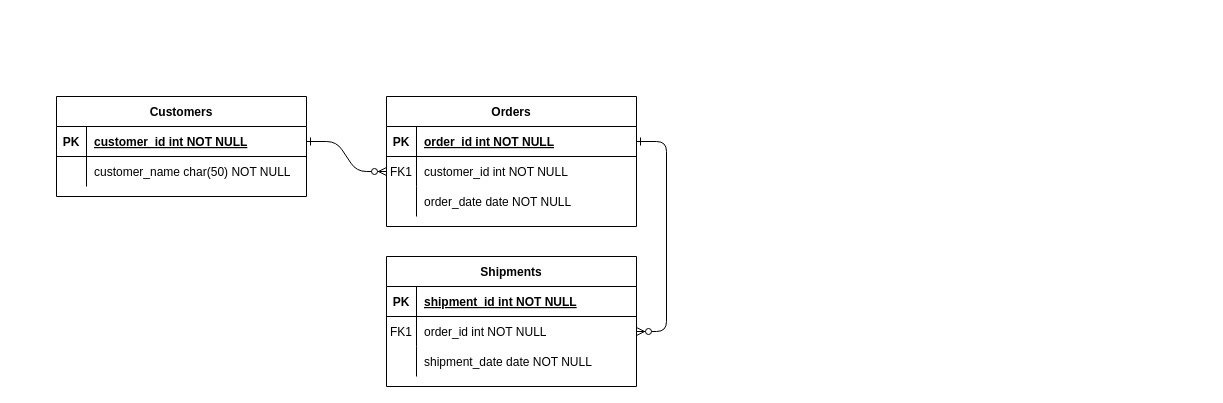
Above: Untitled Diagram.drawio in sebatease/sebatease (draw.io), before the change. Source tidied: cells renumbered, new cells numbered last; positions are measured from the earlier drawing's top-left corner, leaving out a move shared by most shapes. Both pictures are drawn from the tidied source at 100%, with x=0, y=0 at pixel (56, 96).
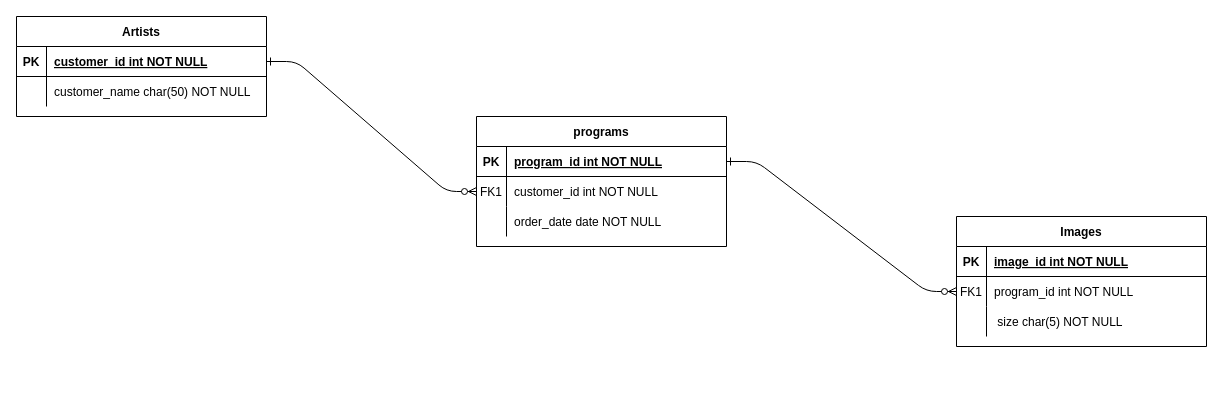
After the change.

Commit message:
bdd_fecit

The change refers to these unchanged cells:
```xml
<mxCell id="5" style="shape=partialRectangle;fillColor=none;points=[[0,0.5],[1,0.5]];portConstraint=eastwest;top=0;left=0;right=0;bottom=1;" parent="4" vertex="1">
  <mxGeometry y="30" width="250" height="30" as="geometry" />
</mxCell>
<mxCell id="15" style="shape=partialRectangle;fillColor=none;top=0;left=0;right=0;bottom=1;" parent="14" vertex="1">
  <mxGeometry y="30" width="250" height="30" as="geometry" />
</mxCell>
<mxCell id="18" style="shape=partialRectangle;fillColor=none;points=[[0,0.5],[1,0.5]];portConstraint=eastwest;top=0;left=0;right=0;bottom=0;" parent="14" vertex="1">
  <mxGeometry y="60" width="250" height="30" as="geometry" />
</mxCell>
<mxCell id="21" style="shape=partialRectangle;fillColor=none;top=0;left=0;right=0;bottom=0;" parent="14" vertex="1">
  <mxGeometry y="90" width="250" height="30" as="geometry" />
</mxCell>
```

What changed in the source:
```diff
@@
-    <mxCell id="4" value="Orders" style="shape=table;startSize=30;childLayout=tableLayout;rowLines=0;fontStyle=1;align=center;" parent="1" vertex="1">
-      <mxGeometry x="330" width="250" height="130" as="geometry" />
+    <mxCell id="4" value="programs" style="shape=table;startSize=30;childLayout=tableLayout;rowLines=0;fontStyle=1;align=center;" parent="1" vertex="1">
+      <mxGeometry x="420" y="20" width="250" height="130" as="geometry" />
     </mxCell>
@@
-    <mxCell id="7" value="order_id int NOT NULL " style="shape=partialRectangle;overflow=hidden;fillColor=none;top=0;left=0;bottom=0;right=0;align=left;spacingLeft=6;fontStyle=5;" parent="5" vertex="1">
+    <mxCell id="7" value="program_id int NOT NULL" style="shape=partialRectangle;overflow=hidden;fillColor=none;top=0;left=0;bottom=0;right=0;align=left;spacingLeft=6;fontStyle=5;" parent="5" vertex="1">
       <mxGeometry x="30" width="220" height="30" as="geometry" />
     </mxCell>
@@
-    <mxCell id="14" value="Shipments" style="shape=table;startSize=30;childLayout=tableLayout;rowLines=0;fontStyle=1;align=center;" parent="1" vertex="1">
-      <mxGeometry x="330" y="160" width="250" height="130" as="geometry" />
+    <mxCell id="14" value="Images" style="shape=table;startSize=30;childLayout=tableLayout;rowLines=0;fontStyle=1;align=center;" parent="1" vertex="1">
+      <mxGeometry x="900" y="120" width="250" height="130" as="geometry" />
     </mxCell>
@@
-    <mxCell id="17" value="shipment_id int NOT NULL " style="shape=partialRectangle;overflow=hidden;fillColor=none;top=0;left=0;bottom=0;right=0;align=left;spacingLeft=6;fontStyle=5;" parent="15" vertex="1">
+    <mxCell id="17" value="image_id int NOT NULL" style="shape=partialRectangle;overflow=hidden;fillColor=none;top=0;left=0;bottom=0;right=0;align=left;spacingLeft=6;fontStyle=5;" parent="15" vertex="1">
       <mxGeometry x="30" width="220" height="30" as="geometry" />
     </mxCell>
@@
-    <mxCell id="20" value="order_id int NOT NULL" style="shape=partialRectangle;overflow=hidden;fillColor=none;top=0;left=0;bottom=0;right=0;align=left;spacingLeft=6;" parent="18" vertex="1">
+    <mxCell id="20" value="program_id int NOT NULL" style="shape=partialRectangle;overflow=hidden;fillColor=none;top=0;left=0;bottom=0;right=0;align=left;spacingLeft=6;" parent="18" vertex="1">
       <mxGeometry x="30" width="220" height="30" as="geometry" />
     </mxCell>
@@
-    <mxCell id="23" value="shipment_date date NOT NULL" style="shape=partialRectangle;overflow=hidden;fillColor=none;top=0;left=0;bottom=0;right=0;align=left;spacingLeft=6;" parent="21" vertex="1">
+    <mxCell id="23" value=" size char(5) NOT NULL" style="shape=partialRectangle;overflow=hidden;fillColor=none;top=0;left=0;bottom=0;right=0;align=left;spacingLeft=6;" parent="21" vertex="1">
       <mxGeometry x="30" width="220" height="30" as="geometry" />
     </mxCell>
-    <mxCell id="24" value="Customers" style="shape=table;startSize=30;childLayout=tableLayout;rowLines=0;fontStyle=1;align=center;" parent="1" vertex="1">
-      <mxGeometry width="250" height="100" as="geometry" />
+    <mxCell id="24" value="Artists" style="shape=table;startSize=30;childLayout=tableLayout;rowLines=0;fontStyle=1;align=center;" parent="1" vertex="1">
+      <mxGeometry x="-40" y="-80" width="250" height="100" as="geometry" />
     </mxCell>
```
